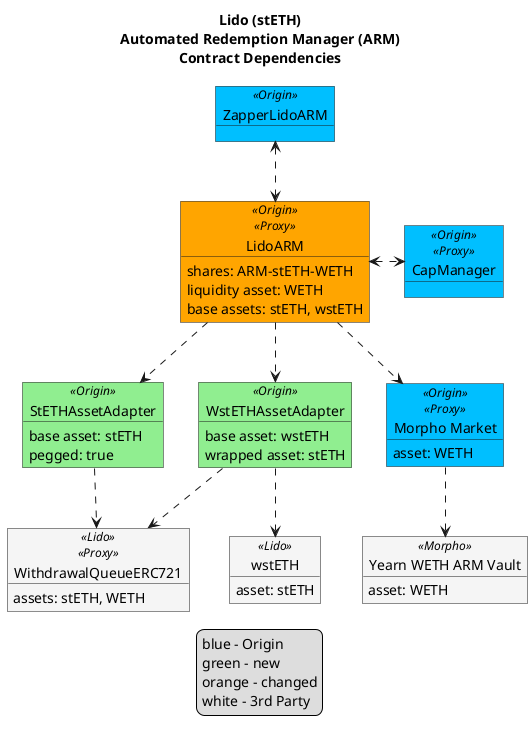
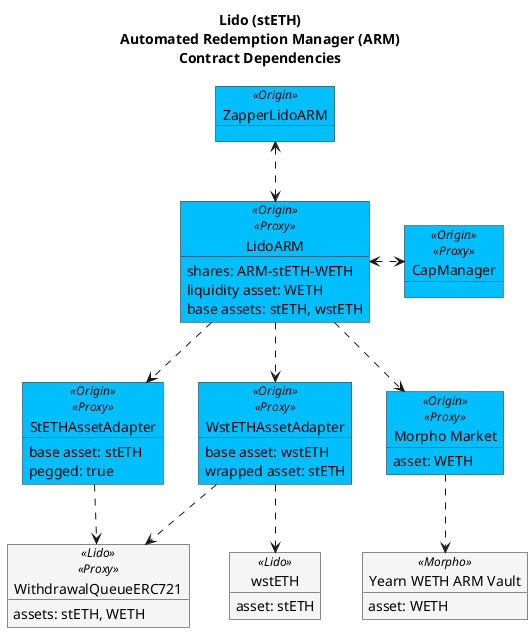
@startuml

!$originColor = DeepSkyBlue
' !$originColor = WhiteSmoke
!$newColor = LightGreen
!$changedColor = Orange
!$thirdPartyColor = WhiteSmoke

- legend
- blue - Origin
- green - new
- orange - changed
- white - 3rd Party
- end legend
+ ' legend
+ ' blue - Origin
+ ' green - new
+ ' orange - changed
+ ' white - 3rd Party
+ ' end legend

title "Lido (stETH)\nAutomated Redemption Manager (ARM)\nContract Dependencies"


object "ZapperLidoARM" as zap <<Origin>> #$originColor {
}

- object "LidoARM" as arm <<Origin>><<Proxy>> #$changedColor {
+ object "LidoARM" as arm <<Origin>><<Proxy>> #$originColor {
    shares: ARM-stETH-WETH
    liquidity asset: WETH
    base assets: stETH, wstETH
}

- object "StETHAssetAdapter" as stethAdapter <<Origin>> #$newColor {
+ object "StETHAssetAdapter" as stethAdapter <<Origin>><<Proxy>> #$originColor {
    base asset: stETH
    pegged: true
}

- object "WstETHAssetAdapter" as wstethAdapter <<Origin>> #$newColor {
+ object "WstETHAssetAdapter" as wstethAdapter <<Origin>><<Proxy>> #$originColor {
    base asset: wstETH
    wrapped asset: stETH
}

object "wstETH" as wsteth <<Lido>> #$thirdPartyColor {
    asset: stETH
}

object "CapManager" as capMan <<Origin>><<Proxy>> #$originColor {
}

object "WithdrawalQueueERC721" as lidoQ <<Lido>><<Proxy>> #$thirdPartyColor {
    assets: stETH, WETH
}

object "Morpho Market" as morphoMarket <<Origin>><<Proxy>> #$originColor {
    asset: WETH
}

object "Yearn WETH ARM Vault" as morpho <<Morpho>> #$thirdPartyColor {
    asset: WETH
}

zap <..> arm
arm <.> capMan
arm ..> stethAdapter
arm ..> wstethAdapter
stethAdapter ..> lidoQ
wstethAdapter ..> wsteth
wstethAdapter ..> lidoQ
arm ..> morphoMarket
morphoMarket ..> morpho

@enduml
